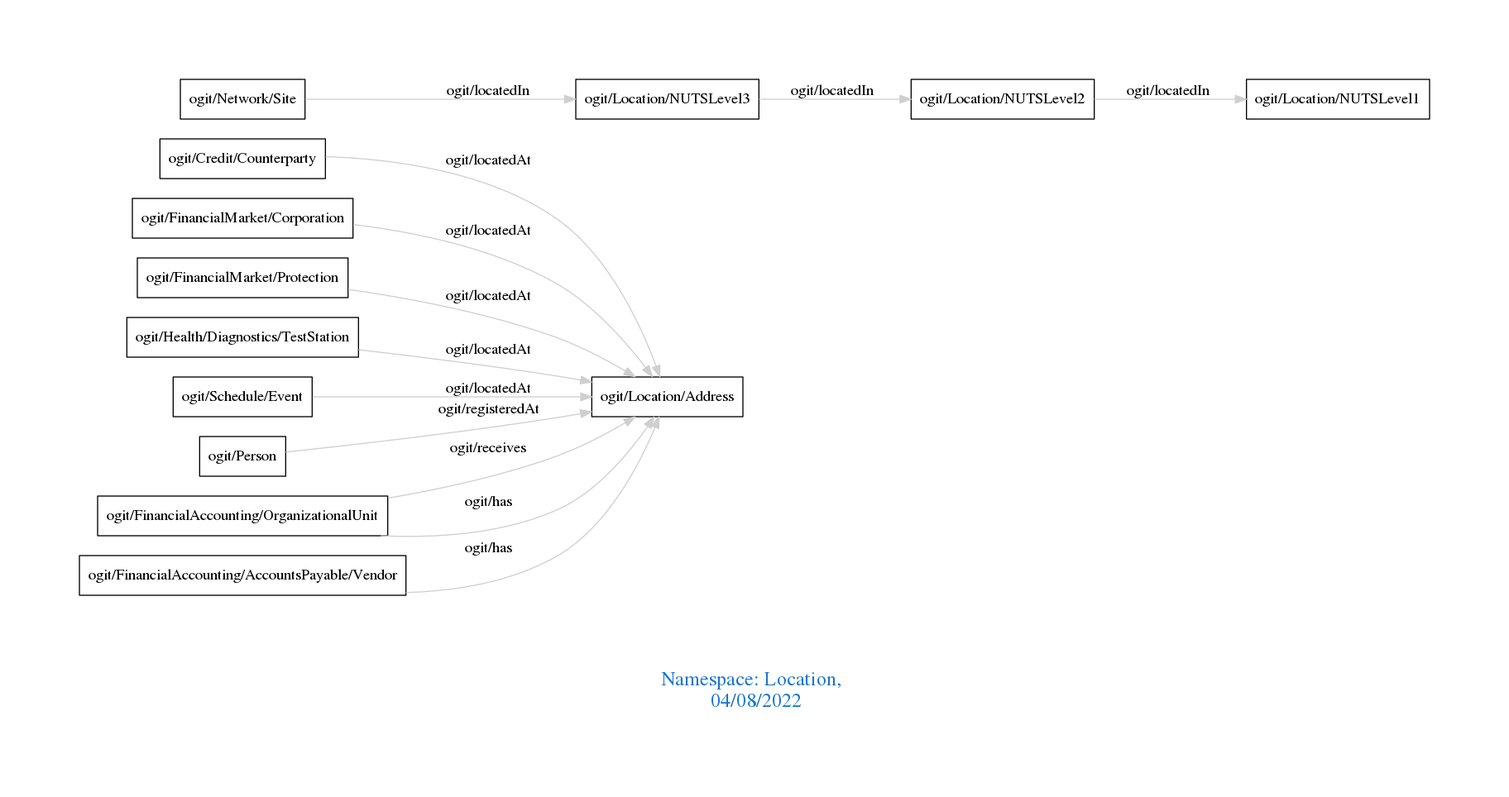
The Graphviz diagram downloads/Location.png in arago/OGIT, before a commit. Its source is kept beside it as downloads/Location.dot.
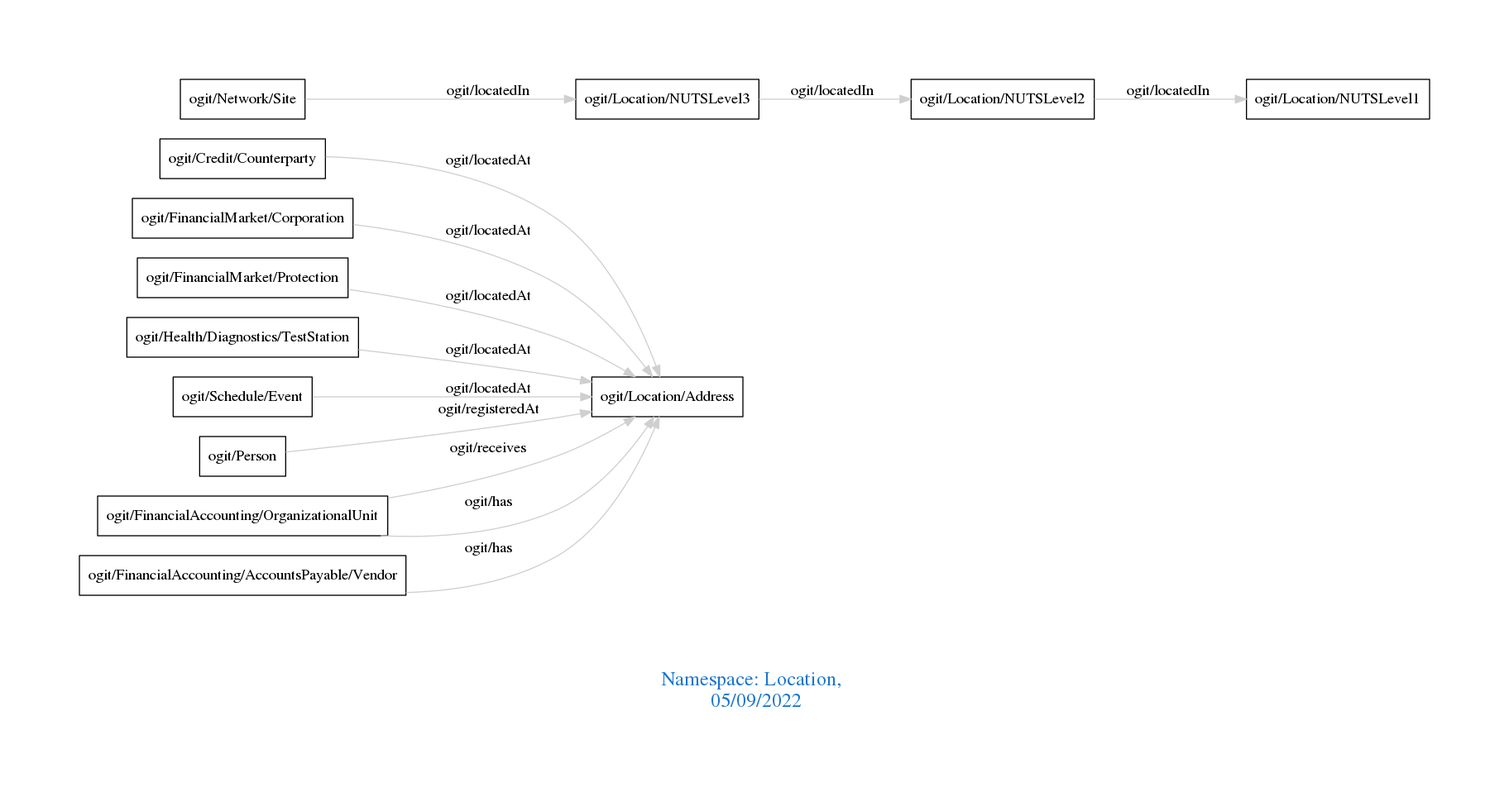
The same file after the commit.

The edit, as a diff of the source:
```diff
@@ -1,7 +1,7 @@
 digraph OGIT_ontology {
  graph [ rankdir= LR,pad=1
 fontsize = 18,
-fontcolor= dodgerblue3,label = "\n\n\nNamespace: Location, \n 04/08/2022"];
+fontcolor= dodgerblue3,label = "\n\n\nNamespace: Location, \n 05/09/2022"];
 node[shape=polygon];
 edge [  color="gray81"];
 
```
